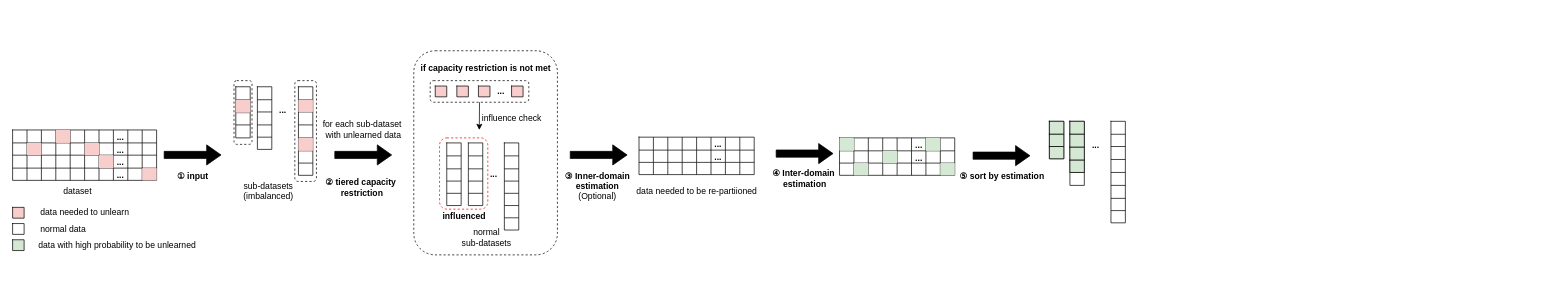
Jerseyshin/hello_world keeps this draw.io diagram as upe.drawio. Above is the earlier version. Source tidied: cells renumbered, new cells numbered last; positions are measured from the earlier drawing's top-left corner, leaving out a move shared by most shapes. Both pictures are drawn from the tidied source at 72%, with x=0, y=0 at pixel (12, 50). Pictures stored in the file or linked from it are replaced by grey dashed boxes.
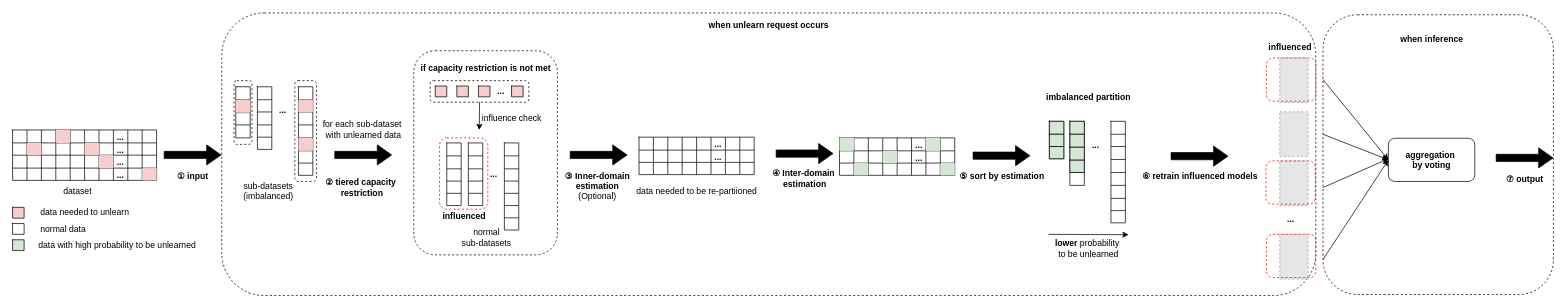
The same diagram, later.

Change to the diagram source:
```diff
@@
+    <mxCell id="248" style="endArrow=classic;html=1;rounded=0;" parent="1" edge="1">
+      <mxGeometry relative="1" as="geometry">
+        <mxPoint x="1438.5" y="255" as="sourcePoint" />
+        <mxPoint x="1550" y="255.5" as="targetPoint" />
+      </mxGeometry>
+    </mxCell>
+    <mxCell id="249" value="&lt;b&gt;lower&lt;/b&gt; probability&amp;nbsp;&lt;div&gt;to be unlearned&lt;/div&gt;" style="text;html=1;align=center;verticalAlign=middle;strokeColor=none;fillColor=none;" parent="1" vertex="1">
+      <mxGeometry x="1433.5" y="255" width="120" height="40" as="geometry" />
+    </mxCell>
+    <mxCell id="250" value="&lt;b&gt;imbalanced partition&lt;/b&gt;" style="text;html=1;align=center;verticalAlign=middle;strokeColor=none;fillColor=none;" parent="1" vertex="1">
+      <mxGeometry x="1423.5" y="50" width="140" height="30" as="geometry" />
+    </mxCell>
+    <mxCell id="251" style="rounded=1;whiteSpace=wrap;html=1;fillColor=none;dashed=1;" parent="1" vertex="1">
+      <mxGeometry x="290.5" y="-52.5" width="1519.5" height="392.5" as="geometry" />
+    </mxCell>
+    <mxCell id="252" value="&lt;b&gt;when unlearn request occurs&lt;/b&gt;" style="text;html=1;align=center;verticalAlign=middle;strokeColor=none;fillColor=none;" parent="1" vertex="1">
+      <mxGeometry x="955.2" y="-50" width="190" height="30" as="geometry" />
+    </mxCell>
+    <mxCell id="253" value="⑥ retrain influenced models" style="text;html=1;align=center;verticalAlign=middle;strokeColor=none;fillColor=none;fontStyle=1;" parent="1" vertex="1">
+      <mxGeometry x="1563.5" y="160" width="170" height="30" as="geometry" />
+    </mxCell>
+    <mxCell id="254" style="shape=flexArrow;endArrow=classic;html=1;rounded=0;fillColor=#000000;endWidth=17;endSize=6.33;" parent="1" edge="1">
+      <mxGeometry relative="1" as="geometry">
+        <mxPoint x="1608.5" y="146.4" as="sourcePoint" />
+        <mxPoint x="1688.5" y="146.4" as="targetPoint" />
+      </mxGeometry>
+    </mxCell>
+    <mxCell id="255" style="fillColor=#E6E6E6;strokeColor=#999999;dashed=1;verticalLabelPosition=bottom;labelBackgroundColor=default;verticalAlign=top;" parent="1" vertex="1">
+      <mxGeometry x="1760" y="10" width="39.3" height="62" as="geometry" />
+    </mxCell>
+    <mxCell id="256" style="fillColor=#E6E6E6;strokeColor=#999999;dashed=1;verticalLabelPosition=bottom;labelBackgroundColor=default;verticalAlign=top;" parent="1" vertex="1">
+      <mxGeometry x="1760" y="84.8" width="39.3" height="62" as="geometry" />
+    </mxCell>
+    <mxCell id="257" style="fillColor=#E6E6E6;strokeColor=#999999;dashed=1;verticalLabelPosition=bottom;labelBackgroundColor=default;verticalAlign=top;" parent="1" vertex="1">
+      <mxGeometry x="1760" y="153" width="39.3" height="62" as="geometry" />
+    </mxCell>
+    <mxCell id="258" value="&lt;b&gt;...&lt;/b&gt;" style="text;html=1;align=center;verticalAlign=middle;strokeColor=none;fillColor=none;" parent="1" vertex="1">
+      <mxGeometry x="1760" y="220" width="30" height="30" as="geometry" />
+    </mxCell>
+    <mxCell id="259" style="rounded=1;whiteSpace=wrap;html=1;fillColor=none;dashed=1;strokeColor=#FF0000;" parent="1" vertex="1">
+      <mxGeometry x="1741.5" y="10" width="68.5" height="60" as="geometry" />
+    </mxCell>
+    <mxCell id="260" style="fillColor=#E6E6E6;strokeColor=#999999;dashed=1;verticalLabelPosition=bottom;labelBackgroundColor=default;verticalAlign=top;" parent="1" vertex="1">
+      <mxGeometry x="1760" y="255" width="39.3" height="62" as="geometry" />
+    </mxCell>
+    <mxCell id="261" style="rounded=1;whiteSpace=wrap;html=1;fillColor=none;dashed=1;strokeColor=#FF0000;" parent="1" vertex="1">
+      <mxGeometry x="1740.8" y="153" width="68.5" height="60" as="geometry" />
+    </mxCell>
+    <mxCell id="262" style="rounded=1;whiteSpace=wrap;html=1;fillColor=none;dashed=1;strokeColor=#FF0000;" parent="1" vertex="1">
+      <mxGeometry x="1741.5" y="255" width="68.5" height="60" as="geometry" />
+    </mxCell>
+    <mxCell id="263" value="&lt;b&gt;influenced&lt;/b&gt;" style="text;html=1;align=center;verticalAlign=middle;strokeColor=none;fillColor=none;" parent="1" vertex="1">
+      <mxGeometry x="1733.5" y="-20" width="80" height="30" as="geometry" />
+    </mxCell>
+    <mxCell id="264" value="&lt;b&gt;aggregation&amp;nbsp;&lt;/b&gt;&lt;div&gt;&lt;b&gt;by voting&lt;/b&gt;&lt;/div&gt;" style="rounded=1;whiteSpace=wrap;html=1;" parent="1" vertex="1">
+      <mxGeometry x="1910.8" y="121.5" width="120" height="60" as="geometry" />
+    </mxCell>
+    <mxCell id="265" style="endArrow=classic;html=1;rounded=0;entryX=0;entryY=0.5;entryDx=0;entryDy=0;" parent="1" edge="1" target="264">
+      <mxGeometry relative="1" as="geometry">
+        <mxPoint x="1820" y="40" as="sourcePoint" />
+      </mxGeometry>
+    </mxCell>
+    <mxCell id="266" style="endArrow=classic;html=1;rounded=0;entryX=0;entryY=0.5;entryDx=0;entryDy=0;" parent="1" edge="1" target="264">
+      <mxGeometry relative="1" as="geometry">
+        <mxPoint x="1820" y="116" as="sourcePoint" />
+      </mxGeometry>
+    </mxCell>
+    <mxCell id="267" style="endArrow=classic;html=1;rounded=0;" parent="1" edge="1">
+      <mxGeometry relative="1" as="geometry">
+        <mxPoint x="1820" y="190" as="sourcePoint" />
+        <mxPoint x="1910.8" y="150" as="targetPoint" />
+      </mxGeometry>
+    </mxCell>
+    <mxCell id="268" style="endArrow=classic;html=1;rounded=0;entryX=0;entryY=0.5;entryDx=0;entryDy=0;" parent="1" edge="1" target="264">
+      <mxGeometry relative="1" as="geometry">
+        <mxPoint x="1820" y="290" as="sourcePoint" />
+      </mxGeometry>
+    </mxCell>
+    <mxCell id="269" style="rounded=1;whiteSpace=wrap;html=1;fillColor=none;dashed=1;" parent="1" vertex="1">
+      <mxGeometry x="1820" y="-50" width="320" height="388.5" as="geometry" />
+    </mxCell>
+    <mxCell id="270" value="&lt;b&gt;when inference&lt;/b&gt;" style="text;html=1;align=center;verticalAlign=middle;strokeColor=none;fillColor=none;" parent="1" vertex="1">
+      <mxGeometry x="1915.8" y="-30" width="110" height="30" as="geometry" />
+    </mxCell>
+    <mxCell id="271" style="shape=flexArrow;endArrow=classic;html=1;rounded=0;fillColor=#000000;endWidth=17;endSize=6.33;" parent="1" edge="1">
+      <mxGeometry relative="1" as="geometry">
+        <mxPoint x="2060" y="148.8" as="sourcePoint" />
+        <mxPoint x="2140" y="148.8" as="targetPoint" />
+      </mxGeometry>
+    </mxCell>
+    <mxCell id="272" value="⑦ output" style="text;html=1;align=center;verticalAlign=middle;strokeColor=none;fillColor=none;fontStyle=1;" parent="1" vertex="1">
+      <mxGeometry x="2065" y="164.2" width="70" height="30" as="geometry" />
+    </mxCell>
```
